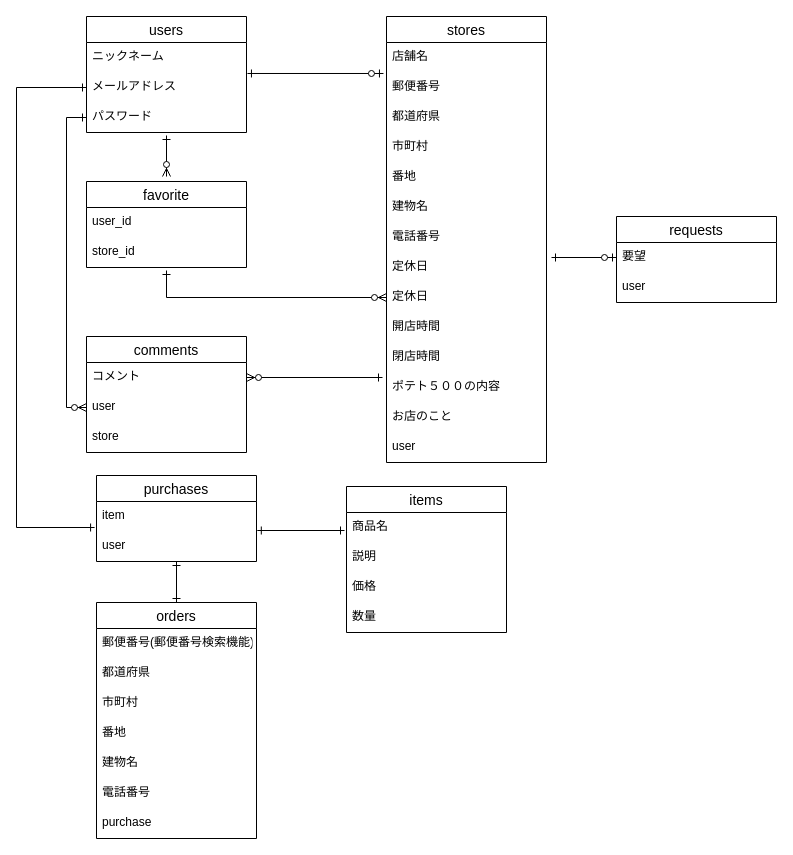
Earlier version of the draw.io diagram poteto500.dio (KimFight/new_potato500). Source tidied: cells renumbered, new cells numbered last; positions are measured from the earlier drawing's top-left corner, leaving out a move shared by most shapes. Both pictures are drawn from the tidied source at 100%, with x=0, y=0 at pixel (16, 16).
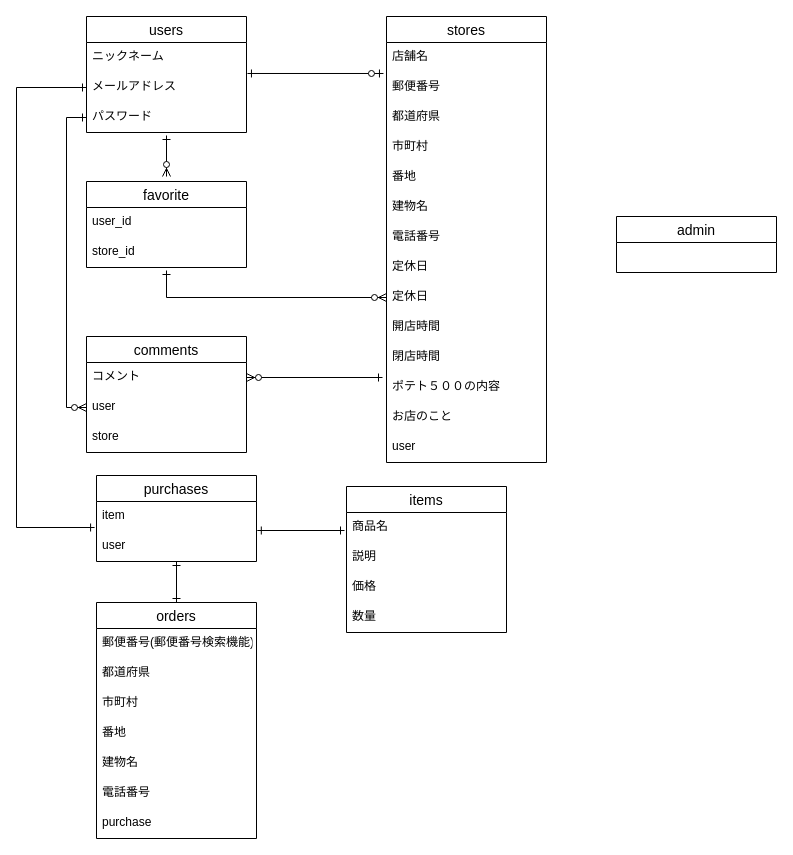
Above is the later version.

The edit, as a diff of the source:
```diff
@@
-    <mxCell id="8" style="edgeStyle=none;rounded=0;jettySize=auto;html=1;entryX=0;entryY=0.5;entryDx=0;entryDy=0;startArrow=ERone;startFill=0;endArrow=ERzeroToOne;endFill=1;" parent="1" edge="1" target="30">
-      <mxGeometry relative="1" as="geometry">
-        <mxPoint x="535" y="241" as="sourcePoint" />
-      </mxGeometry>
-    </mxCell>
@@
-    <mxCell id="29" value="requests" style="swimlane;fontStyle=0;horizontal=1;startSize=26;align=center;fontSize=14;" parent="1" vertex="1">
-      <mxGeometry x="600" y="200" width="160" height="86" as="geometry" />
+    <mxCell id="29" value="admin" style="swimlane;fontStyle=0;horizontal=1;startSize=26;align=center;fontSize=14;" parent="1" vertex="1">
+      <mxGeometry x="600" y="200" width="160" height="56" as="geometry" />
     </mxCell>
-    <mxCell id="30" value="要望" style="text;strokeColor=none;fillColor=none;spacingLeft=4;spacingRight=4;overflow=hidden;points=[[0,0.5],[1,0.5]];portConstraint=eastwest;fontSize=12;" parent="29" vertex="1">
-      <mxGeometry y="26" width="160" height="30" as="geometry" />
-    </mxCell>
-    <mxCell id="31" value="user" style="text;strokeColor=none;fillColor=none;spacingLeft=4;spacingRight=4;overflow=hidden;fontSize=12;" parent="29" vertex="1">
-      <mxGeometry y="56" width="160" height="30" as="geometry" />
-    </mxCell>
```
